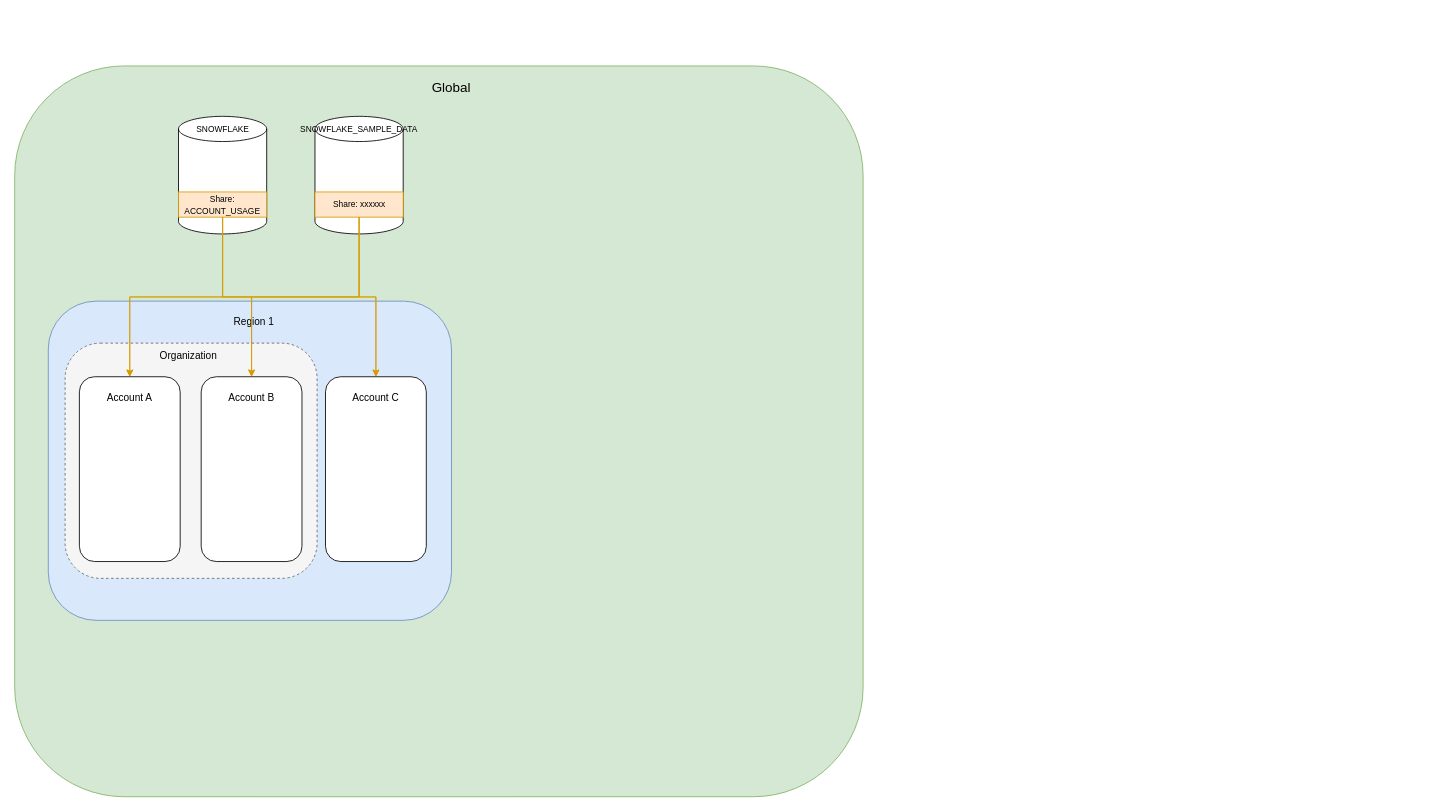
Earlier version of the draw.io diagram Untitled Diagram.drawio (nandhinipv/Snowflake). Source tidied: cells renumbered, new cells numbered last; positions are measured from the earlier drawing's top-left corner, leaving out a move shared by most shapes. Both pictures are drawn from the tidied source at 84%, with x=0, y=0 at pixel (14, 66).
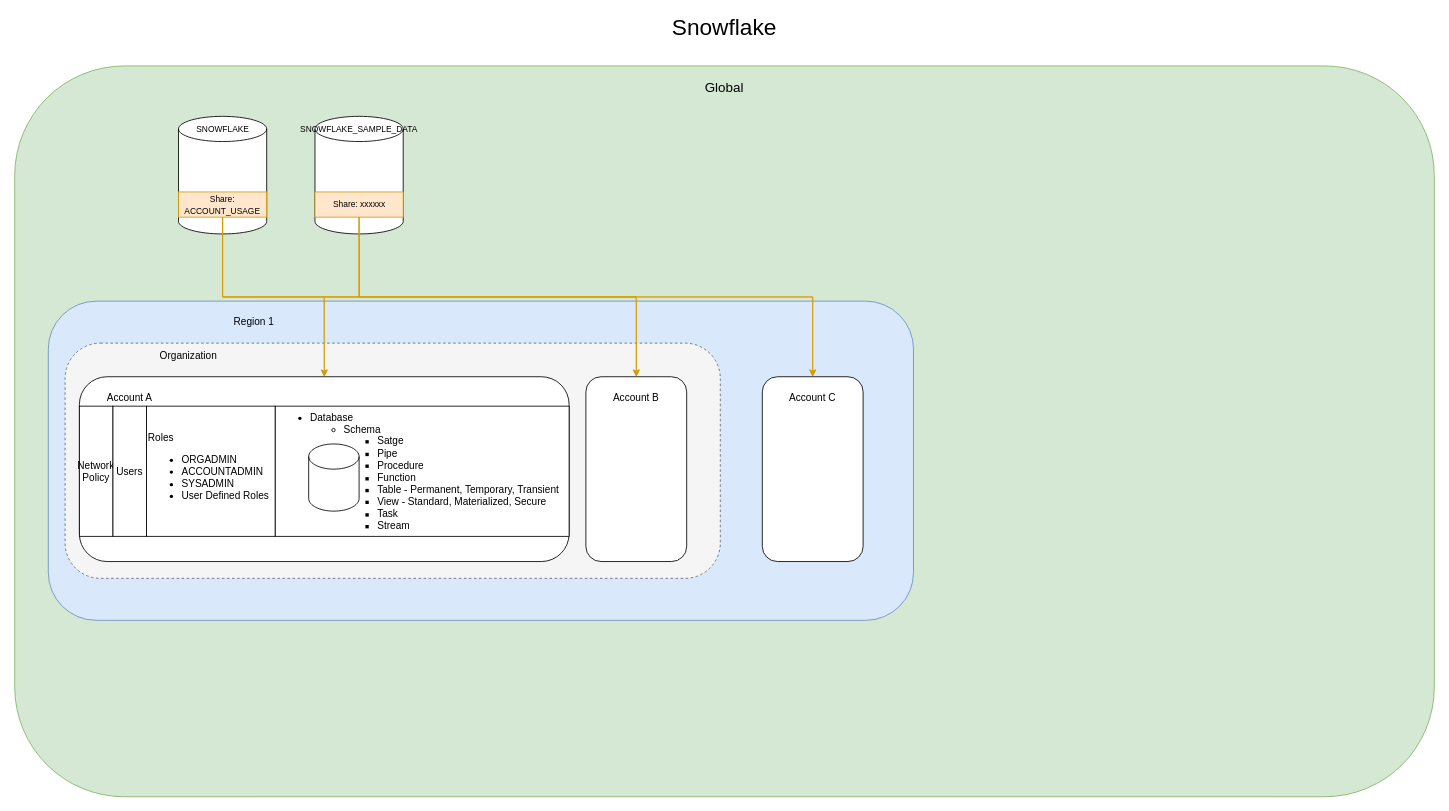
Above is the later version.

Change to the diagram source:
```diff
@@
     <mxCell id="2" style="rounded=1;whiteSpace=wrap;html=1;fillColor=#d5e8d4;strokeColor=#82b366;" parent="1" vertex="1">
-      <mxGeometry width="1010" height="870" as="geometry" />
+      <mxGeometry width="1690" height="870" as="geometry" />
     </mxCell>
+    <mxCell id="4" style="rounded=1;whiteSpace=wrap;html=1;fillColor=#dae8fc;strokeColor=#6c8ebf;" parent="1" vertex="1">
+      <mxGeometry x="40" y="280" width="1030" height="380" as="geometry" />
+    </mxCell>
+    <mxCell id="12" style="rounded=1;whiteSpace=wrap;html=1;fillColor=#f5f5f5;fontColor=#333333;strokeColor=#666666;dashed=1;" parent="1" vertex="1">
+      <mxGeometry x="60" y="330" width="780" height="280" as="geometry" />
+    </mxCell>
+    <mxCell id="14" style="rounded=1;whiteSpace=wrap;html=1;" parent="1" vertex="1">
+      <mxGeometry x="77" y="370" width="583" height="220" as="geometry" />
+    </mxCell>
+    <mxCell id="26" value="&lt;ul&gt;&lt;li&gt;Database&lt;/li&gt;&lt;ul&gt;&lt;li&gt;Schema&lt;/li&gt;&lt;ul&gt;&lt;li&gt;Satge&amp;nbsp;&lt;/li&gt;&lt;li&gt;Pipe&lt;/li&gt;&lt;li&gt;Procedure&lt;/li&gt;&lt;li&gt;Function&lt;/li&gt;&lt;li&gt;Table - Permanent, Temporary, Transient&lt;/li&gt;&lt;li&gt;View - Standard, Materialized, Secure&lt;/li&gt;&lt;li&gt;Task&lt;/li&gt;&lt;li&gt;Stream&lt;/li&gt;&lt;/ul&gt;&lt;/ul&gt;&lt;/ul&gt;" style="rounded=0;whiteSpace=wrap;html=1;align=left;" parent="1" vertex="1">
+      <mxGeometry x="310" y="405" width="350" height="155" as="geometry" />
+    </mxCell>
     <mxCell id="3" value="&lt;font style=&quot;font-size: 16px;&quot;&gt;Global&lt;/font&gt;" style="text;html=1;align=center;verticalAlign=middle;whiteSpace=wrap;rounded=0;fillColor=#d5e8d4;strokeColor=none;" parent="1" vertex="1">
-      <mxGeometry x="490" y="10" width="60" height="30" as="geometry" />
+      <mxGeometry x="815" y="10" width="60" height="30" as="geometry" />
     </mxCell>
-    <mxCell id="4" style="rounded=1;whiteSpace=wrap;html=1;fillColor=#dae8fc;strokeColor=#6c8ebf;" parent="1" vertex="1">
-      <mxGeometry x="40" y="280" width="480" height="380" as="geometry" />
-    </mxCell>
-    <mxCell id="5" style="rounded=1;whiteSpace=wrap;html=1;" parent="1" vertex="1">
-      <mxGeometry x="370" y="370" width="120" height="220" as="geometry" />
-    </mxCell>
-    <mxCell id="6" value="Account C" style="text;html=1;align=center;verticalAlign=middle;whiteSpace=wrap;rounded=0;" parent="1" vertex="1">
-      <mxGeometry x="400" y="380" width="60" height="30" as="geometry" />
-    </mxCell>
@@
-    <mxCell id="12" style="rounded=1;whiteSpace=wrap;html=1;fillColor=#f5f5f5;fontColor=#333333;strokeColor=#666666;dashed=1;" parent="1" vertex="1">
-      <mxGeometry x="60" y="330" width="300" height="280" as="geometry" />
-    </mxCell>
@@
-    <mxCell id="14" style="rounded=1;whiteSpace=wrap;html=1;" parent="1" vertex="1">
-      <mxGeometry x="77" y="370" width="120" height="220" as="geometry" />
-    </mxCell>
-    <mxCell id="15" style="rounded=1;whiteSpace=wrap;html=1;" parent="1" vertex="1">
-      <mxGeometry x="222" y="370" width="120" height="220" as="geometry" />
-    </mxCell>
@@
-    <mxCell id="17" value="Account B" style="text;html=1;align=center;verticalAlign=middle;whiteSpace=wrap;rounded=0;" parent="1" vertex="1">
-      <mxGeometry x="252" y="380" width="60" height="30" as="geometry" />
-    </mxCell>
@@
+    <mxCell id="27" style="group;" parent="1" vertex="1">
+      <mxGeometry x="890" y="370" width="120" height="220" as="geometry" />
+    </mxCell>
+    <mxCell id="5" style="rounded=1;whiteSpace=wrap;html=1;" parent="27" vertex="1">
+      <mxGeometry width="120" height="220" as="geometry" />
+    </mxCell>
+    <mxCell id="6" value="Account C" style="text;html=1;align=center;verticalAlign=middle;whiteSpace=wrap;rounded=0;" parent="27" vertex="1">
+      <mxGeometry x="30" y="10" width="60" height="30" as="geometry" />
+    </mxCell>
+    <mxCell id="28" style="group;" parent="1" vertex="1">
+      <mxGeometry x="680" y="370" width="120" height="220" as="geometry" />
+    </mxCell>
+    <mxCell id="15" style="rounded=1;whiteSpace=wrap;html=1;" parent="28" vertex="1">
+      <mxGeometry width="120" height="220" as="geometry" />
+    </mxCell>
+    <mxCell id="17" value="Account B" style="text;html=1;align=center;verticalAlign=middle;whiteSpace=wrap;rounded=0;" parent="28" vertex="1">
+      <mxGeometry x="30" y="10" width="60" height="30" as="geometry" />
+    </mxCell>
+    <mxCell id="29" value="&lt;font style=&quot;font-size: 27px;&quot;&gt;Snowflake&lt;/font&gt;" style="text;html=1;align=center;verticalAlign=middle;whiteSpace=wrap;rounded=0;" parent="1" vertex="1">
+      <mxGeometry x="740" y="-60" width="210" height="30" as="geometry" />
+    </mxCell>
+    <mxCell id="30" style="shape=cylinder3;whiteSpace=wrap;html=1;boundedLbl=1;backgroundOutline=1;size=15;" parent="1" vertex="1">
+      <mxGeometry x="350" y="450" width="60" height="80" as="geometry" />
+    </mxCell>
+    <mxCell id="31" value="Network Policy" style="rounded=0;whiteSpace=wrap;html=1;" parent="1" vertex="1">
+      <mxGeometry x="77" y="405" width="40" height="155" as="geometry" />
+    </mxCell>
+    <mxCell id="32" value="Users" style="rounded=0;whiteSpace=wrap;html=1;" parent="1" vertex="1">
+      <mxGeometry x="117" y="405" width="40" height="155" as="geometry" />
+    </mxCell>
+    <mxCell id="33" value="Roles&lt;div&gt;&lt;ul&gt;&lt;li&gt;ORGADMIN&lt;/li&gt;&lt;li&gt;ACCOUNTADMIN&lt;/li&gt;&lt;li&gt;SYSADMIN&lt;/li&gt;&lt;li&gt;User Defined Roles&lt;/li&gt;&lt;/ul&gt;&lt;/div&gt;" style="rounded=0;whiteSpace=wrap;html=1;align=left;" parent="1" vertex="1">
+      <mxGeometry x="157" y="405" width="153" height="155" as="geometry" />
+    </mxCell>
```
